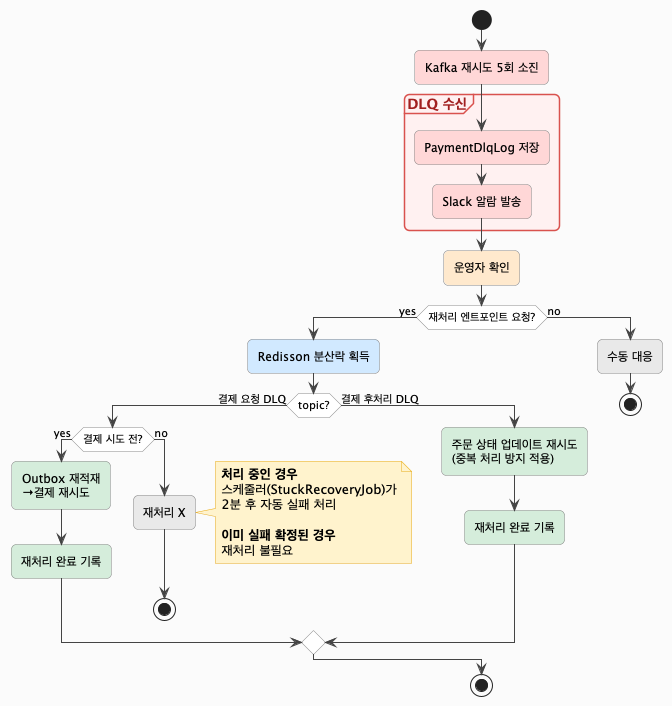
The PlantUML diagram diagram/dlq-flow.png in stringbuckwheat/event-driven-payment-system, before a commit. Source of this version:
```plantuml
@startuml
skinparam backgroundColor #FAFAFA
skinparam activityBorderColor #888888
skinparam activityBackgroundColor #FFFFFF
skinparam arrowColor #444444
skinparam roundcorner 10

skinparam partition {
    BackgroundColor #FFF0F0
    BorderColor #D9534F
    FontColor #A02020
    FontStyle bold
}

skinparam diamond {
    BackgroundColor #FFF9E6
    BorderColor #E6A817
}

skinparam note {
    BackgroundColor #FFF3CD
    BorderColor #E6A817
}

start

:Kafka 재시도 5회 소진; <<#FFD6D6>>

partition "DLQ 수신" {
    :PaymentDlqLog 저장; <<#FFD6D6>>
    :Slack 알람 발송; <<#FFD6D6>>
}

:운영자 확인; <<#FFE8CC>>

if (재처리 엔트포인트 요청?) then (yes)
    :Redisson 분산락 획득; <<#D0E8FF>>

    if (topic?) then (결제 요청 DLQ)
        if (결제 시도 전?) then (yes)
            :Outbox 재적재\n→결제 재시도; <<#D4EDDA>>
            :재처리 완료 기록; <<#D4EDDA>>

        else (no)
            :재처리 X; <<#E8E8E8>>
            note right
                **처리 중인 경우**
                스케줄러(StuckRecoveryJob)가
                2분 후 자동 실패 처리

                **이미 실패 확정된 경우**
                재처리 불필요
            end note
            stop
        endif
    else (결제 후처리 DLQ)
        :주문 상태 업데이트 재시도\n(중복 처리 방지 적용); <<#D4EDDA>>
        :재처리 완료 기록; <<#D4EDDA>>
    endif

else (no)
    :수동 대응; <<#E8E8E8>>
    stop
endif

stop

@enduml
```
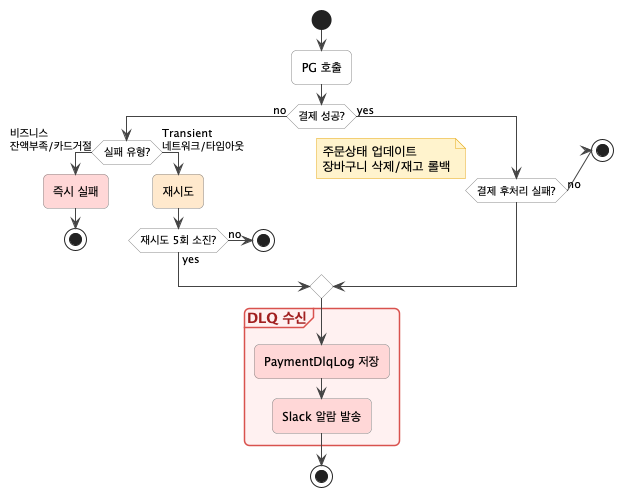
Above is the later version.

The edit, as a diff of the source:
```diff
@@ -1,5 +1,4 @@
 @startuml
-skinparam backgroundColor #FAFAFA
 skinparam activityBorderColor #888888
 skinparam activityBackgroundColor #FFFFFF
 skinparam arrowColor #444444
@@ -12,57 +11,35 @@
     FontStyle bold
 }
 
-skinparam diamond {
-    BackgroundColor #FFF9E6
-    BorderColor #E6A817
-}
-
 skinparam note {
     BackgroundColor #FFF3CD
     BorderColor #E6A817
 }
 
 start
-
-:Kafka 재시도 5회 소진; <<#FFD6D6>>
+:PG 호출;
+if (결제 성공?) then (no)
+    if (실패 유형?) then (비즈니스\n잔액부족/카드거절)
+        :즉시 실패; <<#FFD6D6>>
+        stop
+    else (Transient\n네트워크/타임아웃)
+        :재시도; <<#FFE8CC>>
+        if (재시도 5회 소진?) then (yes)
+        else (no)
+            stop
+        endif
+    endif
+else (yes)
+    if (결제 후처리 실패?) then (no)
+        stop
+    endif
+    note left: 주문상태 업데이트\n장바구니 삭제/재고 롤백
+endif
 
 partition "DLQ 수신" {
     :PaymentDlqLog 저장; <<#FFD6D6>>
     :Slack 알람 발송; <<#FFD6D6>>
 }
-
-:운영자 확인; <<#FFE8CC>>
-
-if (재처리 엔트포인트 요청?) then (yes)
-    :Redisson 분산락 획득; <<#D0E8FF>>
-
-    if (topic?) then (결제 요청 DLQ)
-        if (결제 시도 전?) then (yes)
-            :Outbox 재적재\n→결제 재시도; <<#D4EDDA>>
-            :재처리 완료 기록; <<#D4EDDA>>
-
-        else (no)
-            :재처리 X; <<#E8E8E8>>
-            note right
-                **처리 중인 경우**
-                스케줄러(StuckRecoveryJob)가
-                2분 후 자동 실패 처리
-
-                **이미 실패 확정된 경우**
-                재처리 불필요
-            end note
-            stop
-        endif
-    else (결제 후처리 DLQ)
-        :주문 상태 업데이트 재시도\n(중복 처리 방지 적용); <<#D4EDDA>>
-        :재처리 완료 기록; <<#D4EDDA>>
-    endif
-
-else (no)
-    :수동 대응; <<#E8E8E8>>
-    stop
-endif
-
 stop
 
 @enduml
```
